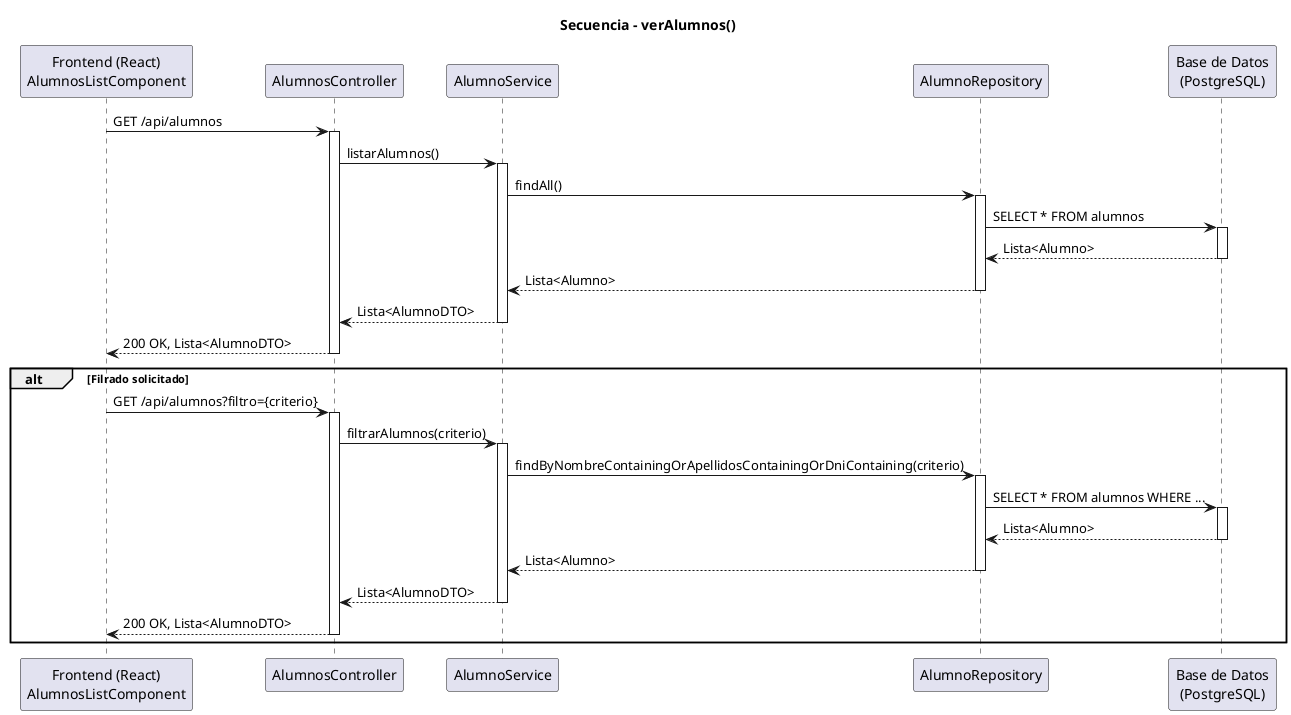
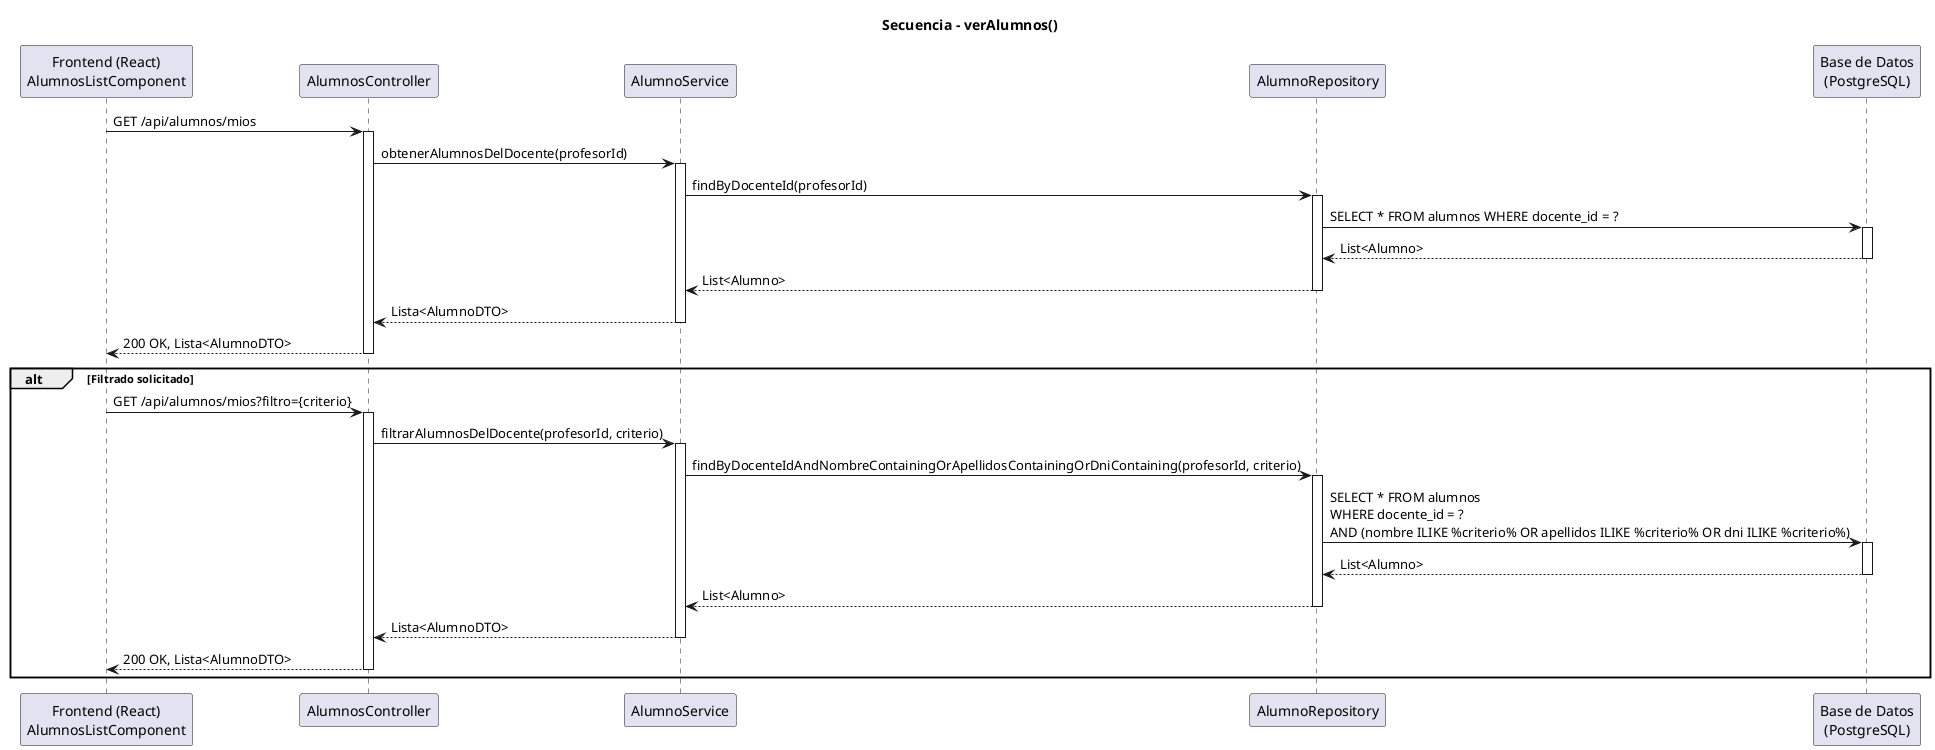
@startuml secuencia-verAlumnos

title Secuencia - verAlumnos()

participant "Frontend (React)\nAlumnosListComponent" as view
participant "AlumnosController" as controller
participant "AlumnoService" as service
participant "AlumnoRepository" as repository
participant "Base de Datos\n(PostgreSQL)" as db

- view -> controller : GET /api/alumnos
+ view -> controller : GET /api/alumnos/mios
activate controller

- controller -> service : listarAlumnos()
+ controller -> service : obtenerAlumnosDelDocente(profesorId)
activate service

- service -> repository : findAll()
+ service -> repository : findByDocenteId(profesorId)
activate repository

- repository -> db : SELECT * FROM alumnos
+ repository -> db : SELECT * FROM alumnos WHERE docente_id = ?
activate db
- db --> repository : Lista<Alumno>
+ db --> repository : List<Alumno>
deactivate db

- repository --> service : Lista<Alumno>
+ repository --> service : List<Alumno>
deactivate repository

service --> controller : Lista<AlumnoDTO>
deactivate service

controller --> view : 200 OK, Lista<AlumnoDTO>
deactivate controller

- alt Filrado solicitado
+ alt Filtrado solicitado

- view -> controller : GET /api/alumnos?filtro={criterio}
+ view -> controller : GET /api/alumnos/mios?filtro={criterio}
activate controller

- controller -> service : filtrarAlumnos(criterio)
+ controller -> service : filtrarAlumnosDelDocente(profesorId, criterio)
activate service

- service -> repository : findByNombreContainingOrApellidosContainingOrDniContaining(criterio)
+ service -> repository : findByDocenteIdAndNombreContainingOrApellidosContainingOrDniContaining(profesorId, criterio)
activate repository

- repository -> db : SELECT * FROM alumnos WHERE ...
+ repository -> db : SELECT * FROM alumnos\nWHERE docente_id = ?\nAND (nombre ILIKE %criterio% OR apellidos ILIKE %criterio% OR dni ILIKE %criterio%)
activate db
- db --> repository : Lista<Alumno>
+ db --> repository : List<Alumno>
deactivate db

- repository --> service : Lista<Alumno>
+ repository --> service : List<Alumno>
deactivate repository

service --> controller : Lista<AlumnoDTO>
deactivate service

controller --> view : 200 OK, Lista<AlumnoDTO>
deactivate controller

end

@enduml